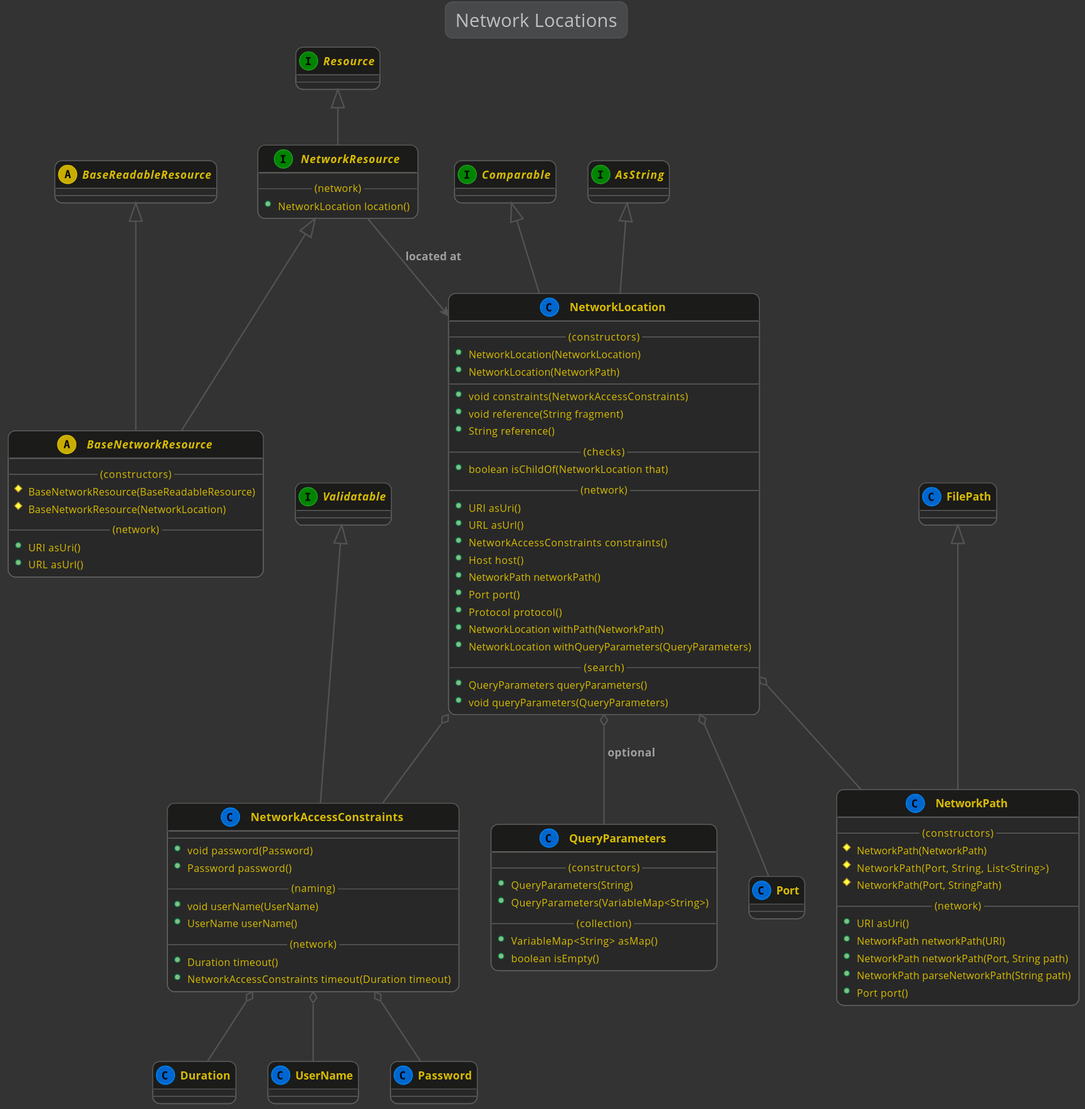
Before: kivakit-core/network/core/documentation/diagrams/diagram-network-location.svg, a diagram exported from PlantUML (Telenav/kivakit).
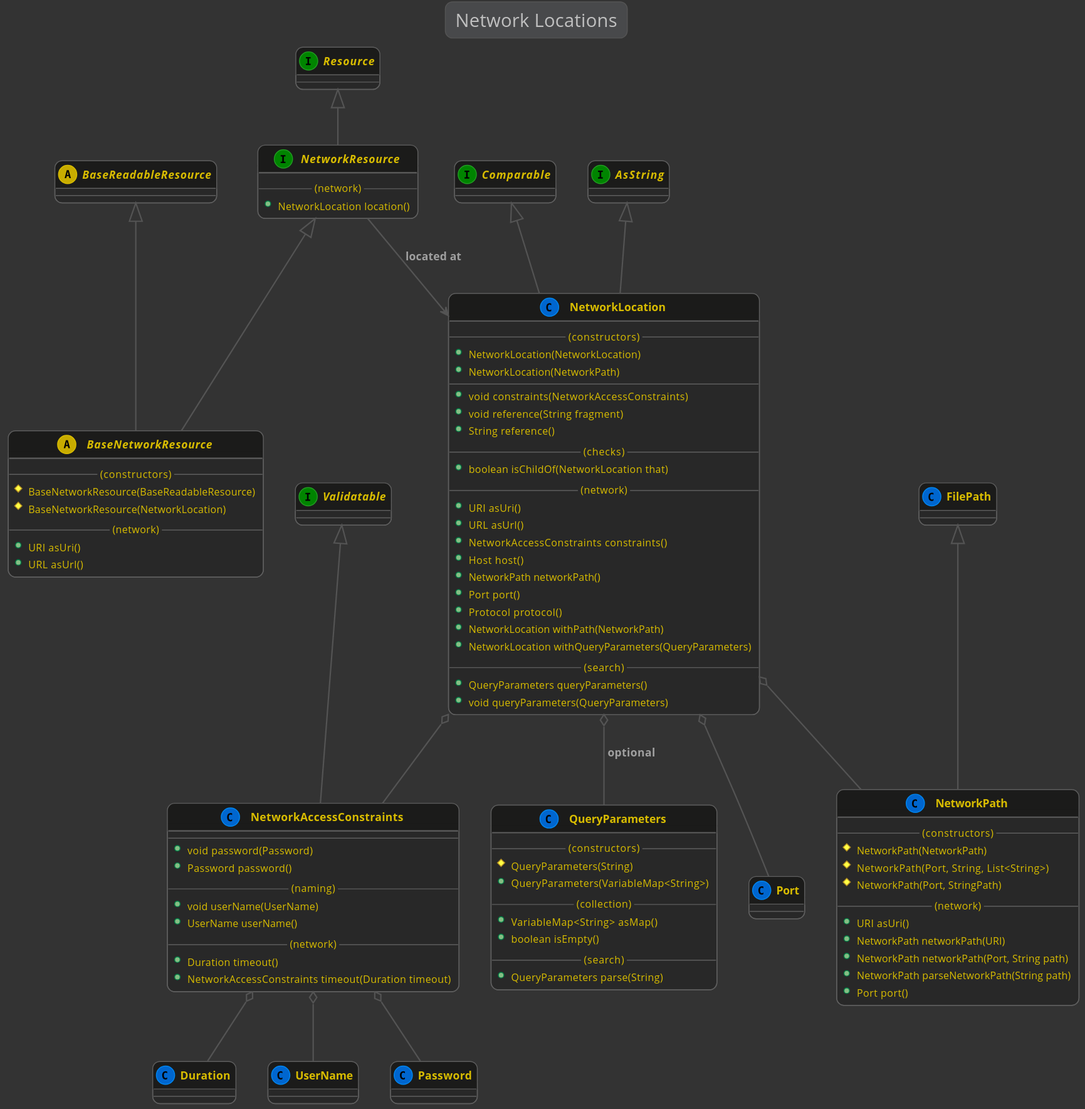
The same file after the commit.

What changed in the source:
```diff
@@ -99,11 +99,13 @@
     class QueryParameters
     {
         --(constructors)--
-        +QueryParameters(String)
+        #QueryParameters(String)
         +QueryParameters(VariableMap<String>)
         --(collection)--
         +VariableMap<String> asMap()
         +boolean isEmpty()
+        --(search)--
+        +QueryParameters parse(String)
     }
 
 @enduml
```
